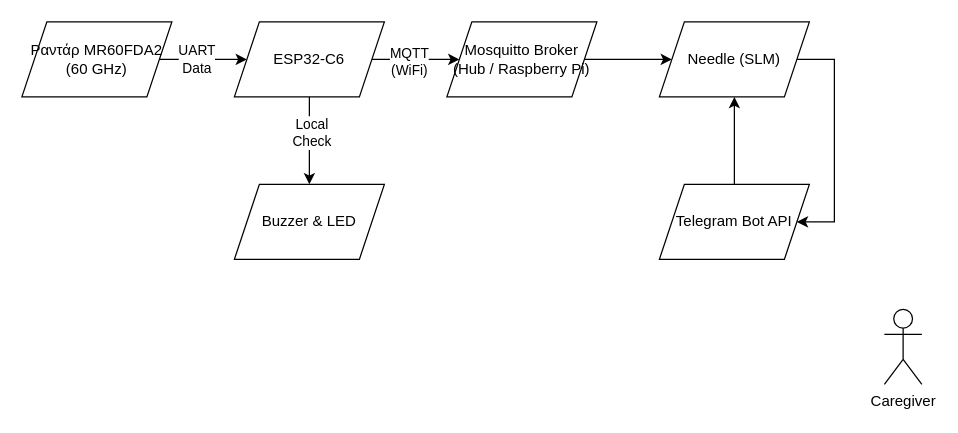
This is lib/4_1.drawio from michalisssss/Fall-Detection-System, a draw.io file, before an edit. Source tidied: cells renumbered, new cells numbered last; positions are measured from the earlier drawing's top-left corner, leaving out a move shared by most shapes. Both pictures are drawn from the tidied source at 125%, with x=0, y=0 at pixel (21, 21).
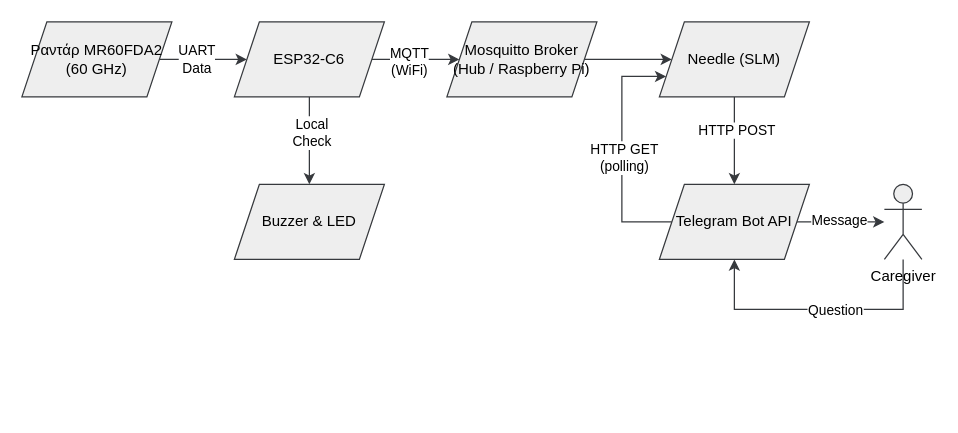
Above is the later version.

The edit, as a diff of the source:
```diff
@@
-    <mxCell id="2" style="edgeStyle=orthogonalEdgeStyle;rounded=0;jettySize=auto;html=1;entryX=0;entryY=0.5;entryDx=0;entryDy=0;defaultLabelBackgroundColor=page;" parent="1" edge="1" source="4" target="9">
+    <mxCell id="2" style="edgeStyle=orthogonalEdgeStyle;rounded=0;jettySize=auto;html=1;entryX=0;entryY=0.5;entryDx=0;entryDy=0;defaultLabelBackgroundColor=page;fillColor=#eeeeee;strokeColor=#36393d;" parent="1" edge="1" source="4" target="9">
       <mxGeometry relative="1" as="geometry" />
     </mxCell>
@@
-    <mxCell id="4" value="Ραντάρ MR60FDA&lt;span style=&quot;text-decoration-line: inherit; background-color: transparent; color: light-dark(#000000, var(--ge-light-color, #ffffff));&quot;&gt;2&lt;/span&gt;&lt;div&gt;&lt;span style=&quot;text-decoration-line: inherit; background-color: transparent; color: light-dark(#000000, var(--ge-light-color, #ffffff));&quot;&gt;(60 GHz)&lt;/span&gt;&lt;/div&gt;" style="shape=parallelogram;perimeter=parallelogramPerimeter;whiteSpace=wrap;html=1;shapeInside=1;fixedSize=1;" parent="1" vertex="1">
+    <mxCell id="4" value="Ραντάρ MR60FDA&lt;span style=&quot;text-decoration-line: inherit; background-color: transparent; color: light-dark(#000000, var(--ge-light-color, #ffffff));&quot;&gt;2&lt;/span&gt;&lt;div&gt;&lt;span style=&quot;text-decoration-line: inherit; background-color: transparent; color: light-dark(#000000, var(--ge-light-color, #ffffff));&quot;&gt;(60 GHz)&lt;/span&gt;&lt;/div&gt;" style="shape=parallelogram;perimeter=parallelogramPerimeter;whiteSpace=wrap;html=1;shapeInside=1;fixedSize=1;fillColor=#eeeeee;strokeColor=#36393d;" parent="1" vertex="1">
       <mxGeometry width="120" height="60" as="geometry" />
     </mxCell>
-    <mxCell id="5" style="edgeStyle=orthogonalEdgeStyle;rounded=0;jettySize=auto;html=1;entryX=0.5;entryY=0;entryDx=0;entryDy=0;defaultLabelBackgroundColor=page;" parent="1" edge="1" source="9" target="10">
+    <mxCell id="5" style="edgeStyle=orthogonalEdgeStyle;rounded=0;jettySize=auto;html=1;entryX=0.5;entryY=0;entryDx=0;entryDy=0;defaultLabelBackgroundColor=page;fillColor=#eeeeee;strokeColor=#36393d;" parent="1" edge="1" source="9" target="10">
       <mxGeometry relative="1" as="geometry" />
     </mxCell>
@@
-    <mxCell id="7" style="edgeStyle=orthogonalEdgeStyle;rounded=0;jettySize=auto;html=1;defaultLabelBackgroundColor=page;flowAnimation=1;" parent="1" edge="1" source="9" target="12">
+    <mxCell id="7" style="edgeStyle=orthogonalEdgeStyle;rounded=0;jettySize=auto;html=1;defaultLabelBackgroundColor=page;flowAnimation=1;fillColor=#eeeeee;strokeColor=#36393d;" parent="1" edge="1" source="9" target="12">
       <mxGeometry relative="1" as="geometry" />
     </mxCell>
@@
-    <mxCell id="9" value="&lt;span style=&quot;text-decoration-line: inherit; background-color: transparent; color: light-dark(#000000, var(--ge-light-color, #ffffff));&quot;&gt;ESP32-C6&lt;/span&gt;" style="shape=parallelogram;perimeter=parallelogramPerimeter;whiteSpace=wrap;html=1;shapeInside=1;fixedSize=1;" parent="1" vertex="1">
+    <mxCell id="9" value="&lt;span style=&quot;text-decoration-line: inherit; background-color: transparent; color: light-dark(#000000, var(--ge-light-color, #ffffff));&quot;&gt;ESP32-C6&lt;/span&gt;" style="shape=parallelogram;perimeter=parallelogramPerimeter;whiteSpace=wrap;html=1;shapeInside=1;fixedSize=1;fillColor=#eeeeee;strokeColor=#36393d;" parent="1" vertex="1">
       <mxGeometry x="170" width="120" height="60" as="geometry" />
     </mxCell>
-    <mxCell id="10" value="Buzzer &amp;amp; LED" style="shape=parallelogram;perimeter=parallelogramPerimeter;whiteSpace=wrap;html=1;shapeInside=1;fixedSize=1;" parent="1" vertex="1">
+    <mxCell id="10" value="Buzzer &amp;amp; LED" style="shape=parallelogram;perimeter=parallelogramPerimeter;whiteSpace=wrap;html=1;shapeInside=1;fixedSize=1;fillColor=#eeeeee;strokeColor=#36393d;" parent="1" vertex="1">
       <mxGeometry x="170" y="130" width="120" height="60" as="geometry" />
     </mxCell>
-    <mxCell id="11" style="edgeStyle=orthogonalEdgeStyle;rounded=0;jettySize=auto;html=1;entryX=0;entryY=0.5;entryDx=0;entryDy=0;defaultLabelBackgroundColor=page;" parent="1" edge="1" source="12" target="15">
+    <mxCell id="11" style="edgeStyle=orthogonalEdgeStyle;rounded=0;jettySize=auto;html=1;entryX=0;entryY=0.5;entryDx=0;entryDy=0;defaultLabelBackgroundColor=page;fillColor=#eeeeee;strokeColor=#36393d;" parent="1" edge="1" source="12" target="15">
       <mxGeometry relative="1" as="geometry" />
     </mxCell>
-    <mxCell id="12" value="&lt;span style=&quot;background-color: transparent; color: light-dark(#000000, var(--ge-light-color, #ffffff)); text-decoration-line: inherit;&quot;&gt;Mosquitto Broker&lt;/span&gt;&lt;div&gt;(Hub / Raspberry Pi)&lt;/div&gt;" style="shape=parallelogram;perimeter=parallelogramPerimeter;whiteSpace=wrap;html=1;shapeInside=1;fixedSize=1;" parent="1" vertex="1">
+    <mxCell id="12" value="&lt;span style=&quot;background-color: transparent; color: light-dark(#000000, var(--ge-light-color, #ffffff)); text-decoration-line: inherit;&quot;&gt;Mosquitto Broker&lt;/span&gt;&lt;div&gt;(Hub / Raspberry Pi)&lt;/div&gt;" style="shape=parallelogram;perimeter=parallelogramPerimeter;whiteSpace=wrap;html=1;shapeInside=1;fixedSize=1;fillColor=#eeeeee;strokeColor=#36393d;" parent="1" vertex="1">
       <mxGeometry x="340" width="120" height="60" as="geometry" />
     </mxCell>
+    <mxCell id="18" style="edgeStyle=orthogonalEdgeStyle;rounded=0;jettySize=auto;html=1;entryX=0.5;entryY=1;entryDx=0;entryDy=0;defaultLabelBackgroundColor=page;fillColor=#eeeeee;strokeColor=#36393d;" parent="1" edge="1" source="13" target="17">
+      <mxGeometry x="-0.13" relative="1" as="geometry">
+        <Array as="points">
+          <mxPoint x="705" y="230" />
+          <mxPoint x="570" y="230" />
+        </Array>
+      </mxGeometry>
+    </mxCell>
+    <mxCell id="19" value="Question" style="edgeLabel;html=1;align=center;verticalAlign=middle;inheritText=1;defaultLabelBackgroundColor=page;" parent="18" vertex="1">
+      <mxGeometry x="0.1" y="1" relative="1" as="geometry">
+        <mxPoint x="23" y="-1" as="offset" />
+      </mxGeometry>
+    </mxCell>
-    <mxCell id="13" value="Caregiver" style="shape=umlActor;verticalLabelPosition=bottom;verticalAlign=top;html=1;outlineConnect=0;labelPerimeter=1;" parent="1" vertex="1">
-      <mxGeometry x="690" y="230" width="30" height="60" as="geometry" />
+    <mxCell id="13" value="Caregiver" style="shape=umlActor;verticalLabelPosition=bottom;verticalAlign=top;html=1;outlineConnect=0;labelPerimeter=1;fillColor=#eeeeee;strokeColor=#36393d;" parent="1" vertex="1">
+      <mxGeometry x="690" y="130" width="30" height="60" as="geometry" />
     </mxCell>
-    <mxCell id="14" style="edgeStyle=orthogonalEdgeStyle;rounded=0;jettySize=auto;html=1;entryX=1;entryY=0.5;entryDx=0;entryDy=0;defaultLabelBackgroundColor=page;" parent="1" edge="1" source="15" target="17">
-      <mxGeometry relative="1" as="geometry">
-        <Array as="points">
-          <mxPoint x="650" y="30" />
-          <mxPoint x="650" y="160" />
-        </Array>
-      </mxGeometry>
+    <mxCell id="14" style="edgeStyle=orthogonalEdgeStyle;rounded=0;jettySize=auto;html=1;entryX=0.5;entryY=0;entryDx=0;entryDy=0;defaultLabelBackgroundColor=page;fillColor=#eeeeee;strokeColor=#36393d;" parent="1" edge="1" source="15" target="17">
+      <mxGeometry relative="1" as="geometry" />
     </mxCell>
+    <mxCell id="20" value="HTTP&amp;nbsp;&lt;span style=&quot;background-color: transparent; color: light-dark(#000000, var(--ge-light-color, #ffffff));&quot;&gt;POST&lt;/span&gt;" style="edgeLabel;html=1;align=center;verticalAlign=middle;inheritText=1;defaultLabelBackgroundColor=page;" parent="14" vertex="1">
+      <mxGeometry x="-0.27" y="1" relative="1" as="geometry" />
+    </mxCell>
-    <mxCell id="15" value="Needle (SLM)" style="shape=parallelogram;perimeter=parallelogramPerimeter;whiteSpace=wrap;html=1;shapeInside=1;fixedSize=1;" parent="1" vertex="1">
+    <mxCell id="15" value="Needle (SLM)" style="shape=parallelogram;perimeter=parallelogramPerimeter;whiteSpace=wrap;html=1;shapeInside=1;fixedSize=1;fillColor=#eeeeee;strokeColor=#36393d;" parent="1" vertex="1">
       <mxGeometry x="510" width="120" height="60" as="geometry" />
     </mxCell>
+    <mxCell id="21" style="edgeStyle=orthogonalEdgeStyle;rounded=0;jettySize=auto;html=1;defaultLabelBackgroundColor=page;fillColor=#eeeeee;strokeColor=#36393d;" parent="1" edge="1" source="17" target="13">
+      <mxGeometry relative="1" as="geometry" />
+    </mxCell>
+    <mxCell id="22" value="Message" style="edgeLabel;html=1;align=center;verticalAlign=middle;inheritText=1;defaultLabelBackgroundColor=page;" parent="21" vertex="1">
+      <mxGeometry x="-0.07" y="2" relative="1" as="geometry" />
+    </mxCell>
-    <mxCell id="16" style="edgeStyle=orthogonalEdgeStyle;rounded=0;jettySize=auto;html=1;entryX=0.5;entryY=1;entryDx=0;entryDy=0;defaultLabelBackgroundColor=page;" parent="1" edge="1" source="17" target="15">
-      <mxGeometry relative="1" as="geometry" />
+    <mxCell id="16" style="edgeStyle=orthogonalEdgeStyle;rounded=0;jettySize=auto;html=1;entryX=0;entryY=0.75;entryDx=0;entryDy=0;defaultLabelBackgroundColor=page;fillColor=#eeeeee;strokeColor=#36393d;" parent="1" edge="1" source="17" target="15">
+      <mxGeometry x="-0.11" relative="1" as="geometry">
+        <Array as="points">
+          <mxPoint x="480" y="160" />
+          <mxPoint x="480" y="43.6" />
+        </Array>
+      </mxGeometry>
     </mxCell>
+    <mxCell id="23" value="HTTP&amp;nbsp;&lt;span style=&quot;background-color: transparent; color: light-dark(#000000, var(--ge-light-color, #ffffff));&quot;&gt;GET&lt;/span&gt;&lt;div&gt;(polling)&lt;/div&gt;" style="edgeLabel;html=1;align=center;verticalAlign=middle;inheritText=1;defaultLabelBackgroundColor=page;" parent="16" vertex="1">
+      <mxGeometry x="-0.04" y="-1" relative="1" as="geometry" />
+    </mxCell>
-    <mxCell id="17" value="Telegram Bot API" style="shape=parallelogram;perimeter=parallelogramPerimeter;whiteSpace=wrap;html=1;shapeInside=1;fixedSize=1;" parent="1" vertex="1">
+    <mxCell id="17" value="Telegram Bot API" style="shape=parallelogram;perimeter=parallelogramPerimeter;whiteSpace=wrap;html=1;shapeInside=1;fixedSize=1;fillColor=#eeeeee;strokeColor=#36393d;" parent="1" vertex="1">
       <mxGeometry x="510" y="130" width="120" height="60" as="geometry" />
     </mxCell>
```
